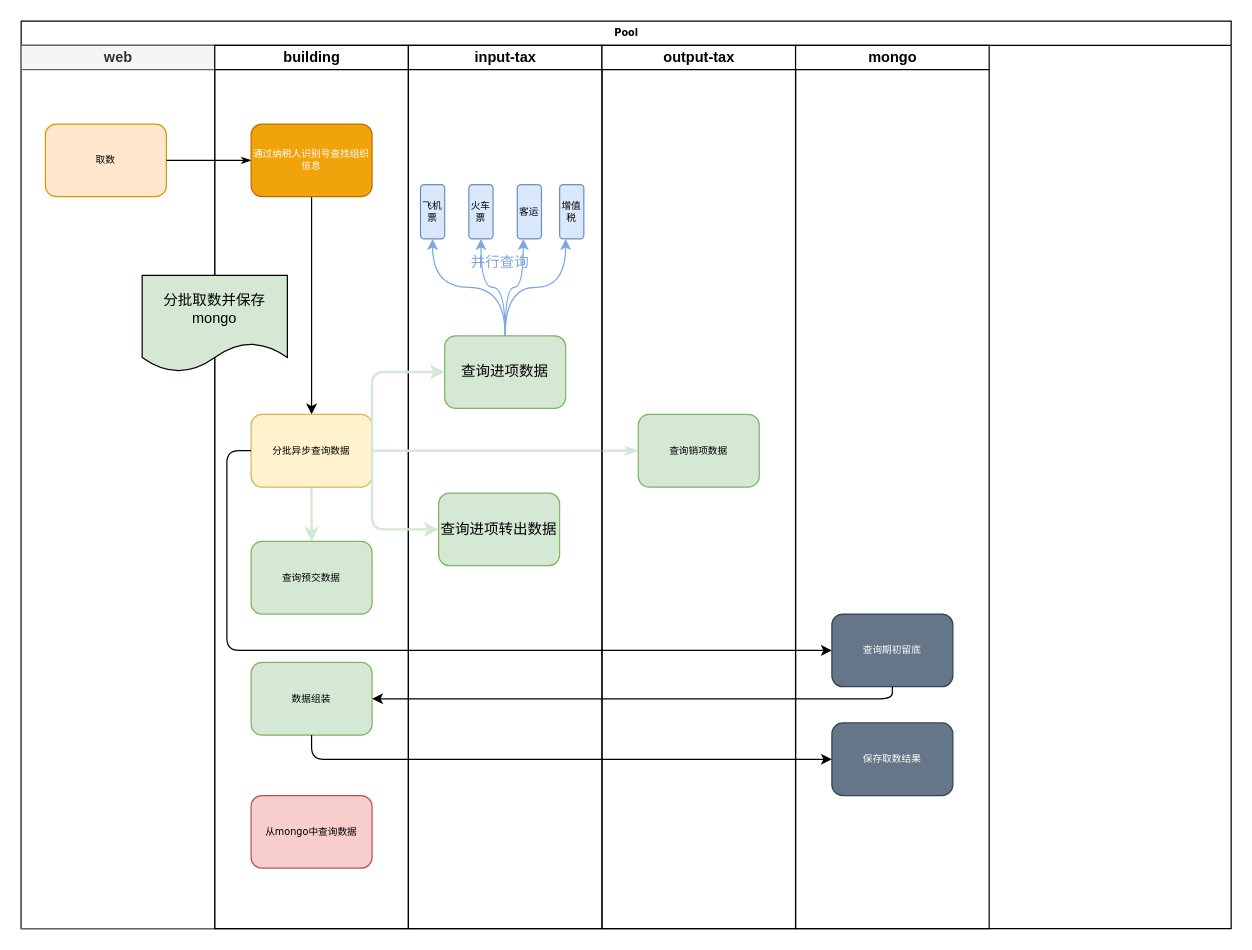
Above: 转正答辩.drawio in sensezhang/draw (draw.io), before the change. Source tidied: cells renumbered, new cells numbered last; positions are measured from the earlier drawing's top-left corner, leaving out a move shared by most shapes. Both pictures are drawn from the tidied source at 121%, with x=0, y=0 at pixel (21, 21).
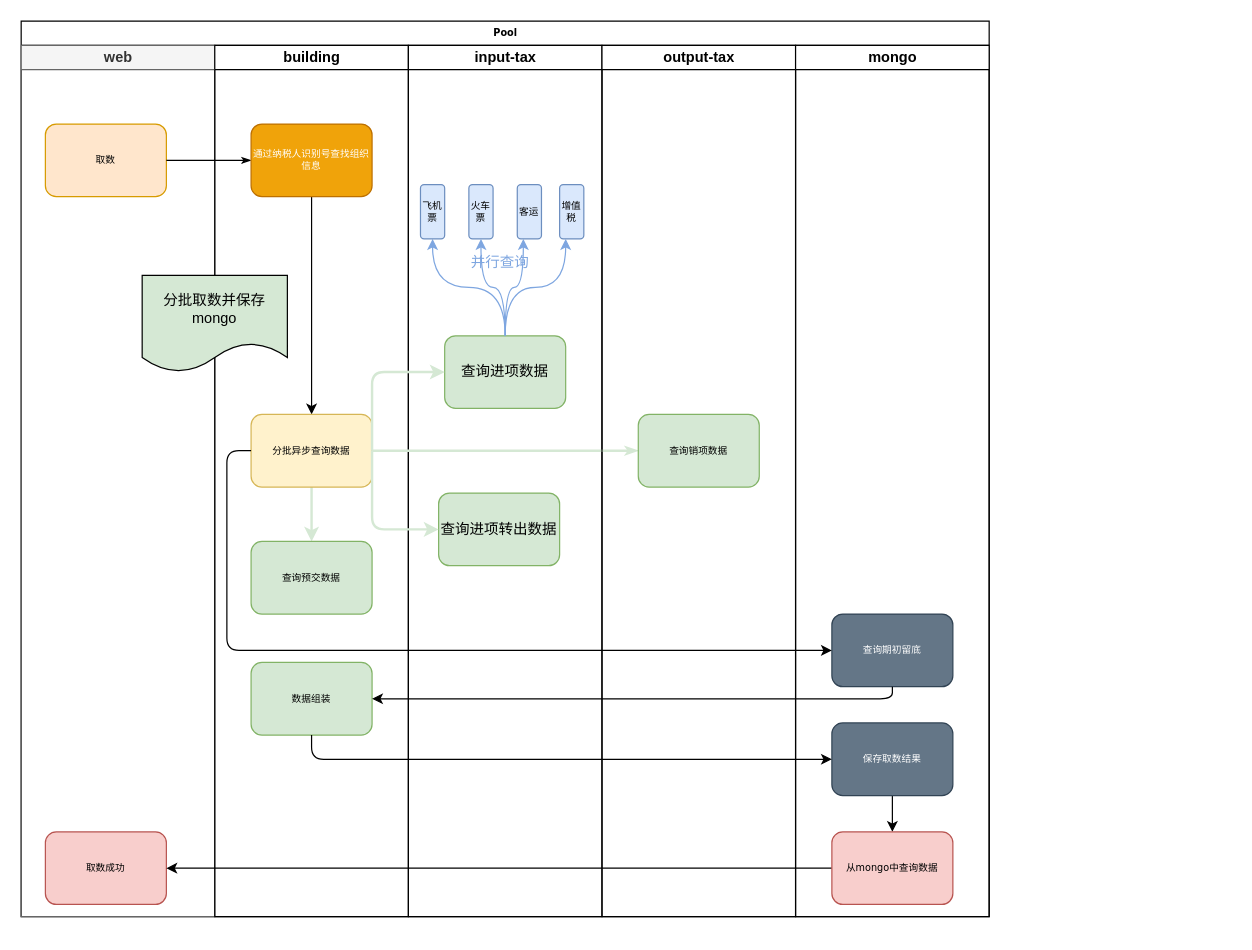
After the change.

Commit message:
更新转正答辩.drawio

The change refers to these unchanged cells:
```xml
<mxCell id="34" value="保存取数结果" style="rounded=1;whiteSpace=wrap;html=1;shadow=0;labelBackgroundColor=none;strokeWidth=1;fontFamily=Verdana;fontSize=8;align=center;fillColor=#647687;strokeColor=#314354;fontColor=#ffffff;" parent="32" vertex="1">
  <mxGeometry x="30" y="560" width="100" height="60" as="geometry" />
</mxCell>
```

Diff of the diagram source:
```diff
@@
     <mxCell id="2" value="Pool" style="swimlane;html=1;startSize=20;rounded=0;shadow=0;labelBackgroundColor=none;strokeWidth=1;fontFamily=Verdana;fontSize=8;align=center;" parent="1" vertex="1">
-      <mxGeometry width="1000" height="750" as="geometry" />
+      <mxGeometry width="800" height="740" as="geometry" />
     </mxCell>
     <mxCell id="3" value="web" style="swimlane;html=1;startSize=20;fillColor=#f5f5f5;strokeColor=#666666;fontColor=#333333;" parent="2" vertex="1">
-      <mxGeometry y="20" width="160" height="730" as="geometry" />
+      <mxGeometry y="20" width="160" height="720" as="geometry" />
     </mxCell>
@@
+    <mxCell id="38" value="取数成功" style="rounded=1;whiteSpace=wrap;html=1;shadow=0;labelBackgroundColor=none;strokeWidth=1;fontFamily=Verdana;fontSize=8;align=center;fillColor=#f8cecc;strokeColor=#b85450;" parent="3" vertex="1">
+      <mxGeometry x="20" y="650" width="100" height="60" as="geometry" />
+    </mxCell>
@@
     <mxCell id="6" value="building" style="swimlane;html=1;startSize=20;" parent="2" vertex="1">
-      <mxGeometry x="160" y="20" width="160" height="730" as="geometry" />
+      <mxGeometry x="160" y="20" width="160" height="720" as="geometry" />
     </mxCell>
@@
-    <mxCell id="14" value="从mongo中查询数据" style="rounded=1;whiteSpace=wrap;html=1;shadow=0;labelBackgroundColor=none;strokeWidth=1;fontFamily=Verdana;fontSize=8;align=center;fillColor=#f8cecc;strokeColor=#b85450;" parent="6" vertex="1">
-      <mxGeometry x="30" y="620" width="100" height="60" as="geometry" />
-    </mxCell>
     <mxCell id="15" value="input-tax" style="swimlane;html=1;startSize=20;fillColor=#FFFFFF;strokeColor=#000000;" parent="2" vertex="1">
-      <mxGeometry x="320" y="20" width="160" height="730" as="geometry" />
+      <mxGeometry x="320" y="20" width="160" height="720" as="geometry" />
     </mxCell>
@@
     <mxCell id="30" value="output-tax" style="swimlane;html=1;startSize=20;" parent="2" vertex="1">
-      <mxGeometry x="480" y="20" width="160" height="730" as="geometry" />
+      <mxGeometry x="480" y="20" width="160" height="720" as="geometry" />
     </mxCell>
@@
+    <mxCell id="39" style="edgeStyle=orthogonalEdgeStyle;rounded=1;comic=0;orthogonalLoop=1;jettySize=auto;html=1;shadow=0;strokeColor=#000000;strokeWidth=1;" parent="2" edge="1">
+      <mxGeometry relative="1" as="geometry">
+        <mxPoint x="670" y="700" as="sourcePoint" />
+        <mxPoint x="120" y="700" as="targetPoint" />
+        <Array as="points">
+          <mxPoint x="670" y="700" />
+          <mxPoint x="120" y="700" />
+        </Array>
+      </mxGeometry>
+    </mxCell>
     <mxCell id="32" value="mongo" style="swimlane;html=1;startSize=20;" parent="2" vertex="1">
-      <mxGeometry x="640" y="20" width="160" height="730" as="geometry" />
+      <mxGeometry x="640" y="20" width="160" height="720" as="geometry" />
     </mxCell>
@@
+    <mxCell id="40" style="edgeStyle=orthogonalEdgeStyle;rounded=1;comic=0;jettySize=auto;html=1;shadow=0;strokeColor=#000000;strokeWidth=1;" parent="32" edge="1" source="34" target="14">
+      <mxGeometry relative="1" as="geometry" />
+    </mxCell>
@@
+    <mxCell id="14" value="从mongo中查询数据" style="rounded=1;whiteSpace=wrap;html=1;shadow=0;labelBackgroundColor=none;strokeWidth=1;fontFamily=Verdana;fontSize=8;align=center;fillColor=#f8cecc;strokeColor=#b85450;" parent="32" vertex="1">
+      <mxGeometry x="30" y="650" width="100" height="60" as="geometry" />
+    </mxCell>
```
